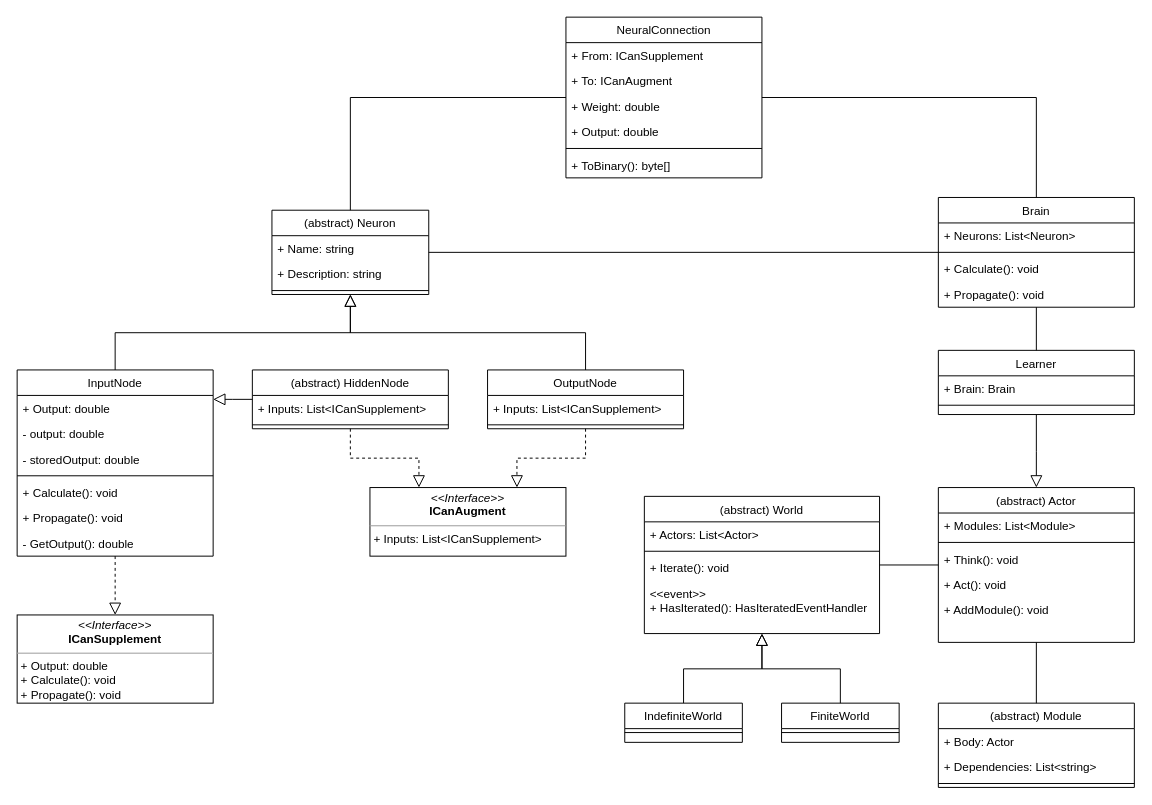
Above: ClassDiagram.drawio in Exouxas/FosterScript.Core (draw.io), before the change. Source tidied: cells renumbered, new cells numbered last; positions are measured from the earlier drawing's top-left corner, leaving out a move shared by most shapes. Both pictures are drawn from the tidied source at 98%, with x=0, y=0 at pixel (17, 17).
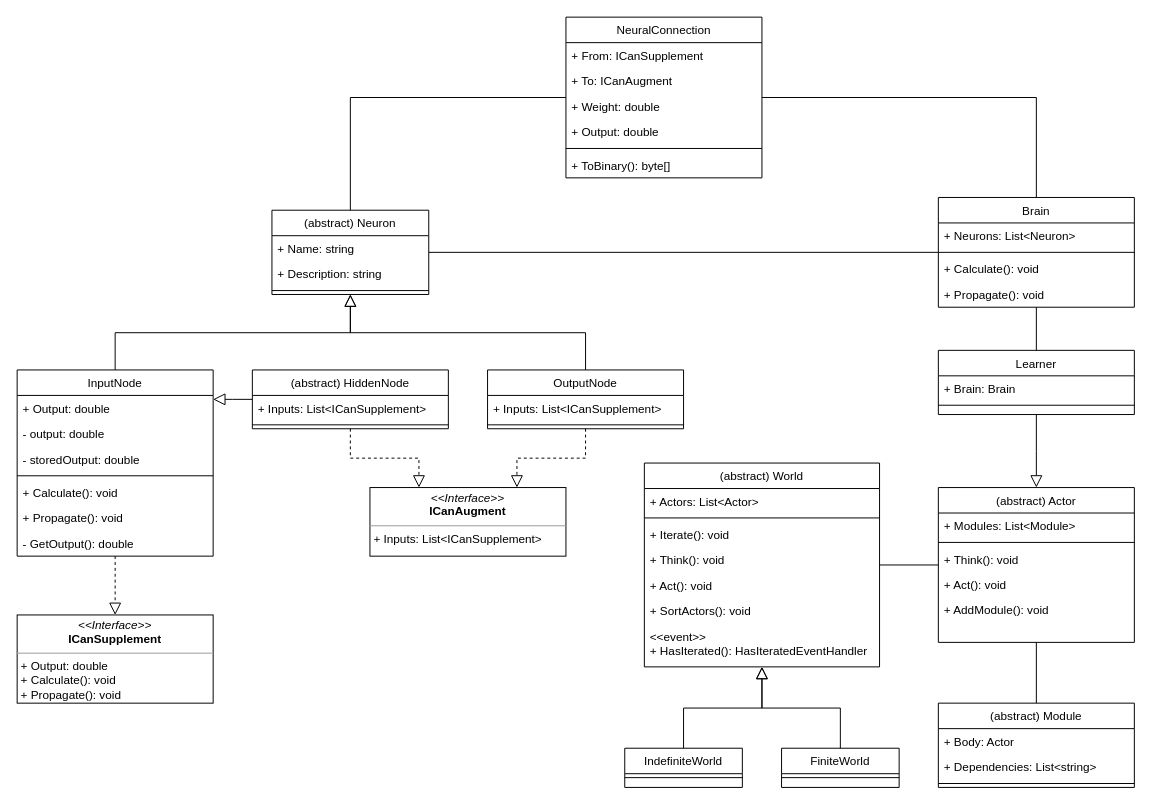
The same page after the edit.

Commit message:
Add methods to World

The edit, as a diff of the source:
```diff
@@
     <mxCell id="43" value="(abstract) World" style="swimlane;fontStyle=0;align=center;verticalAlign=top;horizontal=1;startSize=26;rounded=0;shadow=0;strokeWidth=1;" parent="1" vertex="1">
-      <mxGeometry x="640" y="489" width="240" height="140" as="geometry" />
+      <mxGeometry x="640" y="455" width="240" height="208" as="geometry" />
     </mxCell>
@@
+    <mxCell id="71" value="+ Think(): void" style="text;align=left;verticalAlign=top;spacingLeft=4;spacingRight=4;overflow=hidden;" parent="43" vertex="1">
+      <mxGeometry y="86" width="240" height="26" as="geometry" />
+    </mxCell>
+    <mxCell id="72" value="+ Act(): void" style="text;align=left;verticalAlign=top;spacingLeft=4;spacingRight=4;overflow=hidden;" parent="43" vertex="1">
+      <mxGeometry y="112" width="240" height="26" as="geometry" />
+    </mxCell>
+    <mxCell id="73" value="+ SortActors(): void" style="text;align=left;verticalAlign=top;spacingLeft=4;spacingRight=4;overflow=hidden;" parent="43" vertex="1">
+      <mxGeometry y="138" width="240" height="26" as="geometry" />
+    </mxCell>
     <mxCell id="47" value="&lt;&lt;event&gt;&gt;&#10;+ HasIterated(): HasIteratedEventHandler" style="text;align=left;verticalAlign=top;spacingLeft=4;spacingRight=4;overflow=hidden;fontStyle=0;" parent="43" vertex="1">
-      <mxGeometry y="86" width="240" height="44" as="geometry" />
+      <mxGeometry y="164" width="240" height="44" as="geometry" />
     </mxCell>
@@
     <mxCell id="49" value="FiniteWorld" style="swimlane;fontStyle=0;align=center;verticalAlign=top;horizontal=1;startSize=26;rounded=0;shadow=0;strokeWidth=1;" parent="1" vertex="1">
-      <mxGeometry x="780" y="700" width="120" height="40" as="geometry" />
+      <mxGeometry x="780" y="746" width="120" height="40" as="geometry" />
     </mxCell>
@@
     <mxCell id="52" value="IndefiniteWorld" style="swimlane;fontStyle=0;align=center;verticalAlign=top;horizontal=1;startSize=26;rounded=0;shadow=0;strokeWidth=1;" parent="1" vertex="1">
-      <mxGeometry x="620" y="700" width="120" height="40" as="geometry" />
+      <mxGeometry x="620" y="746" width="120" height="40" as="geometry" />
     </mxCell>
```
